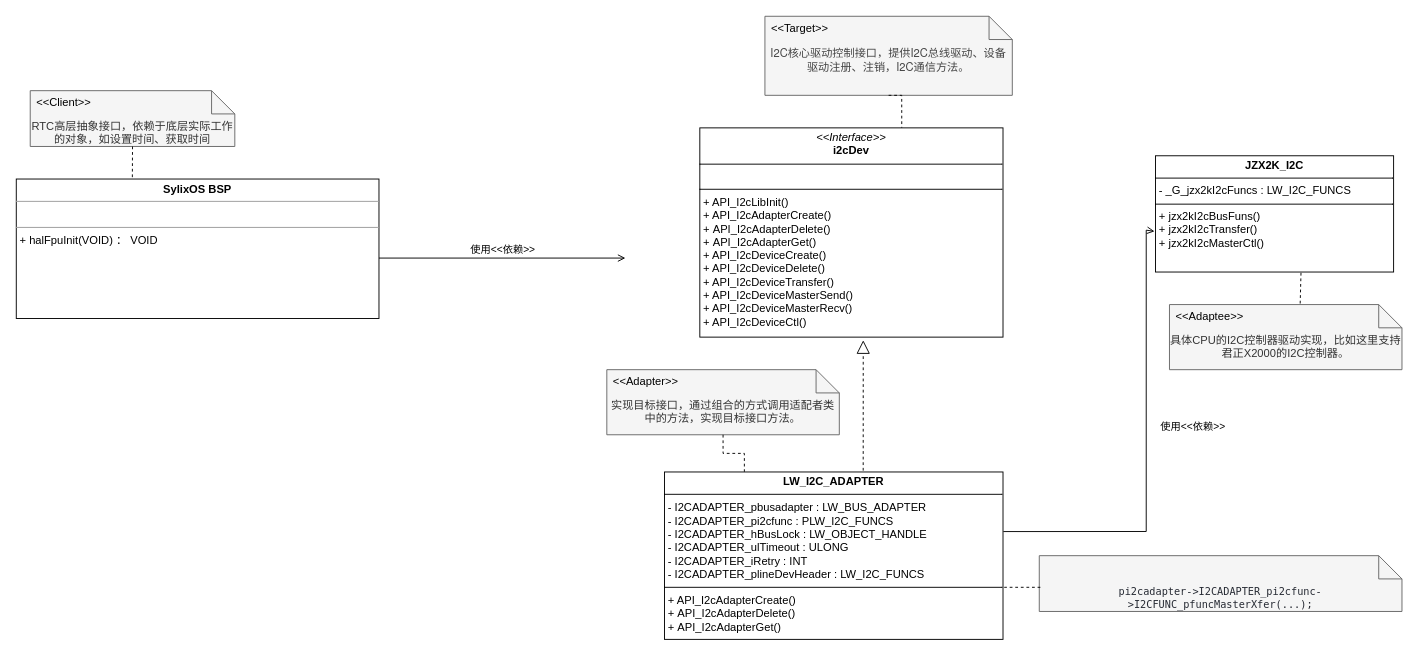
Earlier version of the draw.io diagram page "SylixOS设计模式-适配器模式" (5 of 5) of draw/SylixOS内核艺术.drawio (peng-fan/drawio). Source tidied: cells renumbered, new cells numbered last; positions are measured from the earlier drawing's top-left corner, leaving out a move shared by most shapes. Both pictures are drawn from the tidied source at 93%, with x=0, y=0 at pixel (16, 16).
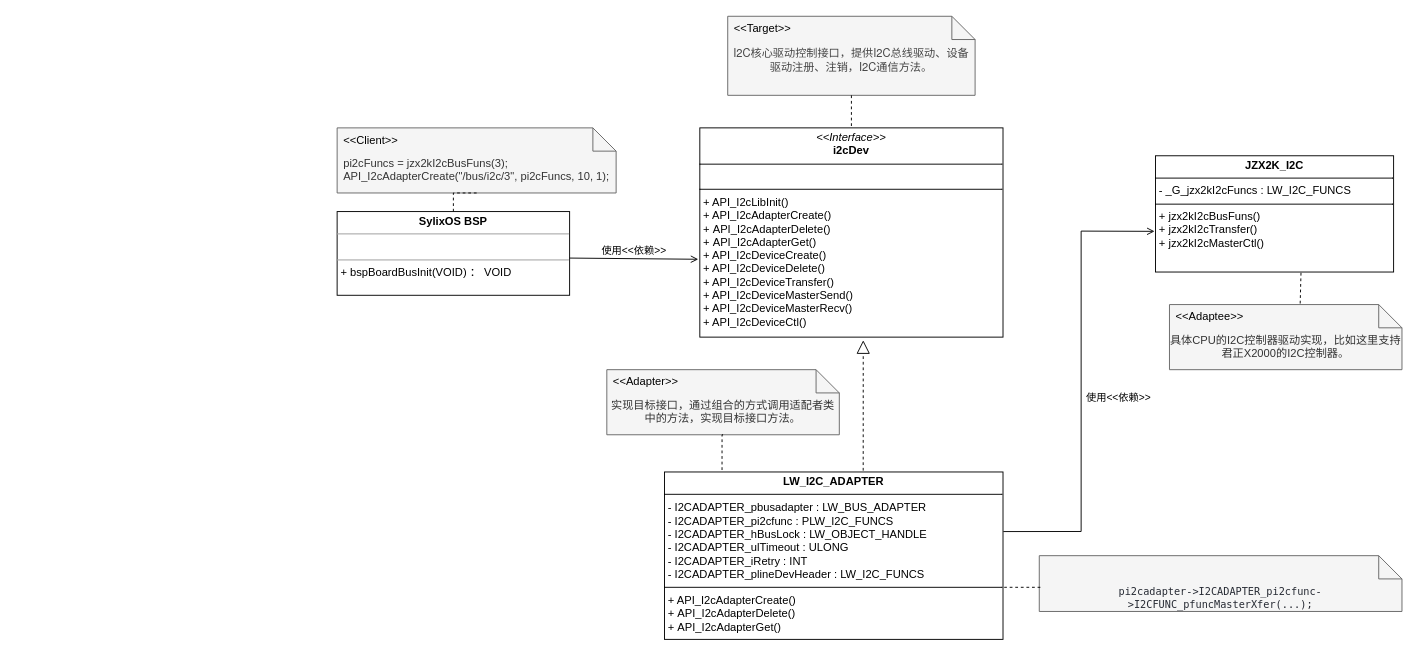
The same diagram, later.

Commit message (it also covers changes not shown here):
更新SylixOS内核艺术.drawio

Unchanged cells that the change refers to:
```xml
<mxCell id="2" value="&lt;p style=&quot;margin:0px;margin-top:4px;text-align:center;&quot;&gt;&lt;b&gt;LW_I2C_ADAPTER&lt;/b&gt;&lt;/p&gt;&lt;hr size=&quot;1&quot; style=&quot;border-style:solid;&quot;&gt;&lt;p style=&quot;margin:0px;margin-left:4px;&quot;&gt;- I2CADAPTER_pbusadapter :&amp;nbsp;LW_BUS_ADAPTER&lt;/p&gt;&lt;p style=&quot;margin:0px;margin-left:4px;&quot;&gt;- I2CADAPTER_pi2cfunc :&amp;nbsp;PLW_I2C_FUNCS&lt;/p&gt;&lt;p style=&quot;margin:0px;margin-left:4px;&quot;&gt;- I2CADAPTER_hBusLock :&amp;nbsp;LW_OBJECT_HANDLE&lt;/p&gt;&lt;p style=&quot;margin:0px;margin-left:4px;&quot;&gt;- I2CADAPTER_ulTimeout :&amp;nbsp;ULONG&lt;/p&gt;&lt;p style=&quot;margin:0px;margin-left:4px;&quot;&gt;- I2CADAPTER_iRetry :&amp;nbsp;INT&lt;/p&gt;&lt;p style=&quot;margin:0px;margin-left:4px;&quot;&gt;- I2CADAPTER_plineDevHeader :&amp;nbsp;LW_I2C_FUNCS&lt;/p&gt;&lt;hr size=&quot;1&quot; style=&quot;border-style:solid;&quot;&gt;&lt;p style=&quot;margin: 0px 0px 0px 4px;&quot;&gt;&lt;span style=&quot;text-wrap-mode: nowrap;&quot;&gt;+ API_I2cAdapterCreate()&lt;/span&gt;&lt;span style=&quot;text-wrap-mode: nowrap;&quot;&gt;&lt;/span&gt;&lt;/p&gt;&lt;p style=&quot;margin: 0px 0px 0px 4px;&quot;&gt;&lt;span style=&quot;text-wrap-mode: nowrap;&quot;&gt;+&amp;nbsp;API_I2cAdapterDelete()&lt;/span&gt;&lt;/p&gt;&lt;p style=&quot;margin: 0px 0px 0px 4px;&quot;&gt;&lt;span style=&quot;text-wrap-mode: nowrap;&quot;&gt;+&amp;nbsp;API_I2cAdapterGet()&lt;/span&gt;&lt;/p&gt;&lt;p style=&quot;margin: 0px 0px 0px 4px;&quot;&gt;&lt;br&gt;&lt;/p&gt;" style="verticalAlign=top;align=left;overflow=fill;html=1;whiteSpace=wrap;" parent="1" vertex="1">
  <mxGeometry x="697" y="490" width="364" height="180" as="geometry" />
</mxCell>
<mxCell id="5" value="&lt;p style=&quot;margin:0px;margin-top:4px;text-align:center;&quot;&gt;&lt;b&gt;JZX2K_I2C&lt;/b&gt;&lt;/p&gt;&lt;hr size=&quot;1&quot; style=&quot;border-style:solid;&quot;&gt;&lt;p style=&quot;margin:0px;margin-left:4px;&quot;&gt;- _G_jzx2kI2cFuncs : LW_I2C_FUNCS&lt;/p&gt;&lt;hr size=&quot;1&quot; style=&quot;border-style:solid;&quot;&gt;&lt;p style=&quot;margin: 0px 0px 0px 4px;&quot;&gt;&lt;span style=&quot;text-wrap-mode: nowrap;&quot;&gt;+ jzx2kI2cBusFuns()&lt;/span&gt;&lt;/p&gt;&lt;p style=&quot;margin: 0px 0px 0px 4px;&quot;&gt;&lt;span style=&quot;text-wrap-mode: nowrap;&quot;&gt;+ jzx2kI2cTransfer()&lt;/span&gt;&lt;/p&gt;&lt;p style=&quot;margin: 0px 0px 0px 4px;&quot;&gt;&lt;span style=&quot;text-wrap-mode: nowrap;&quot;&gt;+ jzx2kI2cMasterCtl()&lt;/span&gt;&lt;/p&gt;" style="verticalAlign=top;align=left;overflow=fill;html=1;whiteSpace=wrap;" parent="1" vertex="1">
  <mxGeometry x="1225" y="150" width="256" height="125" as="geometry" />
</mxCell>
<mxCell id="6" value="&lt;p style=&quot;margin:0px;margin-top:4px;text-align:center;&quot;&gt;&lt;i&gt;&amp;lt;&amp;lt;Interface&amp;gt;&amp;gt;&lt;/i&gt;&lt;br&gt;&lt;b&gt;i2cDev&lt;/b&gt;&lt;/p&gt;&lt;hr size=&quot;1&quot; style=&quot;border-style:solid;&quot;&gt;&lt;p style=&quot;margin:0px;margin-left:4px;&quot;&gt;&lt;br&gt;&lt;/p&gt;&lt;hr size=&quot;1&quot; style=&quot;border-style:solid;&quot;&gt;&lt;p style=&quot;margin: 0px 0px 0px 4px;&quot;&gt;&lt;span style=&quot;text-wrap-mode: nowrap;&quot;&gt;+ API_I2cLibInit()&lt;/span&gt;&lt;/p&gt;&lt;p style=&quot;margin: 0px 0px 0px 4px;&quot;&gt;&lt;span style=&quot;text-wrap-mode: nowrap;&quot;&gt;+ API_I2cAdapterCreate()&lt;/span&gt;&lt;span style=&quot;text-wrap-mode: nowrap;&quot;&gt;&lt;/span&gt;&lt;/p&gt;&lt;p style=&quot;margin: 0px 0px 0px 4px;&quot;&gt;&lt;span style=&quot;text-wrap-mode: nowrap;&quot;&gt;+&amp;nbsp;API_I2cAdapterDelete()&lt;/span&gt;&lt;/p&gt;&lt;p style=&quot;margin: 0px 0px 0px 4px;&quot;&gt;&lt;span style=&quot;text-wrap-mode: nowrap;&quot;&gt;+&amp;nbsp;API_I2cAdapterGet()&lt;/span&gt;&lt;/p&gt;&lt;p style=&quot;margin: 0px 0px 0px 4px;&quot;&gt;&lt;span style=&quot;text-wrap-mode: nowrap;&quot;&gt;+ API_I2cDeviceCreate()&lt;/span&gt;&lt;/p&gt;&lt;p style=&quot;margin: 0px 0px 0px 4px;&quot;&gt;&lt;span style=&quot;text-wrap-mode: nowrap;&quot;&gt;+ API_I2cDeviceDelete()&lt;/span&gt;&lt;/p&gt;&lt;p style=&quot;margin: 0px 0px 0px 4px;&quot;&gt;&lt;span style=&quot;text-wrap-mode: nowrap;&quot;&gt;+ API_I2cDeviceTransfer()&lt;/span&gt;&lt;/p&gt;&lt;p style=&quot;margin: 0px 0px 0px 4px;&quot;&gt;&lt;span style=&quot;text-wrap-mode: nowrap;&quot;&gt;+ API_I2cDeviceMasterSend()&lt;/span&gt;&lt;/p&gt;&lt;p style=&quot;margin: 0px 0px 0px 4px;&quot;&gt;&lt;span style=&quot;text-wrap-mode: nowrap;&quot;&gt;+ API_I2cDeviceMasterRecv()&lt;/span&gt;&lt;/p&gt;&lt;p style=&quot;margin: 0px 0px 0px 4px;&quot;&gt;&lt;span style=&quot;text-wrap-mode: nowrap;&quot;&gt;+ API_I2cDeviceCtl()&lt;/span&gt;&lt;/p&gt;" style="verticalAlign=top;align=left;overflow=fill;html=1;whiteSpace=wrap;" parent="1" vertex="1">
  <mxGeometry x="735" y="120" width="326" height="225" as="geometry" />
</mxCell>
<mxCell id="17" value="&lt;div&gt;&lt;div class=&quot;ace-line ace-line old-record-id-ExkXdVtDqofSKyxZcV6c9kCpnzc&quot;&gt;实现目标接口，通过组合的方式调用适配者类中的方法，实现目标接口方法。&lt;/div&gt;&lt;/div&gt;&lt;span data-lark-record-data=&quot;{&amp;quot;rootId&amp;quot;:&amp;quot;XQFvd94RPoZa4Mx5yjpcOu3MnYf&amp;quot;,&amp;quot;text&amp;quot;:{&amp;quot;initialAttributedTexts&amp;quot;:{&amp;quot;text&amp;quot;:{&amp;quot;0&amp;quot;:&amp;quot;RTC子系统：作为环境(Context)类，使用这些策略&amp;quot;},&amp;quot;attribs&amp;quot;:{&amp;quot;0&amp;quot;:&amp;quot;*0+s&amp;quot;}},&amp;quot;apool&amp;quot;:{&amp;quot;numToAttrib&amp;quot;:{&amp;quot;0&amp;quot;:[&amp;quot;author&amp;quot;,&amp;quot;7164723265586348036&amp;quot;]},&amp;quot;nextNum&amp;quot;:1}},&amp;quot;type&amp;quot;:&amp;quot;text&amp;quot;,&amp;quot;referenceRecordMap&amp;quot;:{},&amp;quot;extra&amp;quot;:{&amp;quot;channel&amp;quot;:&amp;quot;saas&amp;quot;,&amp;quot;isEqualBlockSelection&amp;quot;:true,&amp;quot;pasteRandomId&amp;quot;:&amp;quot;aa6ecff8-70e5-4af4-9037-28c291040ef5&amp;quot;,&amp;quot;mention_page_title&amp;quot;:{},&amp;quot;external_mention_url&amp;quot;:{}},&amp;quot;isKeepQuoteContainer&amp;quot;:false,&amp;quot;isFromCode&amp;quot;:false,&amp;quot;selection&amp;quot;:[{&amp;quot;id&amp;quot;:26,&amp;quot;type&amp;quot;:&amp;quot;text&amp;quot;,&amp;quot;selection&amp;quot;:{&amp;quot;start&amp;quot;:0,&amp;quot;end&amp;quot;:28},&amp;quot;recordId&amp;quot;:&amp;quot;ExkXdVtDqofSKyxZcV6c9kCpnzc&amp;quot;}],&amp;quot;payloadMap&amp;quot;:{},&amp;quot;isCut&amp;quot;:false}&quot; class=&quot;lark-record-clipboard&quot;&gt;&lt;/span&gt;" style="shape=note2;boundedLbl=1;whiteSpace=wrap;html=1;size=25;verticalAlign=top;align=center;fillColor=#f5f5f5;fontColor=#333333;strokeColor=#666666;" parent="1" vertex="1">
  <mxGeometry x="635" y="380" width="250" height="70" as="geometry" />
</mxCell>
```

The edit, as a diff of the source:
```diff
@@
-    <mxCell id="3" value="&lt;p style=&quot;margin:0px;margin-top:4px;text-align:center;&quot;&gt;&lt;span style=&quot;font-weight: 700; text-wrap-mode: wrap;&quot;&gt;SylixOS BSP&lt;/span&gt;&lt;/p&gt;&lt;hr size=&quot;1&quot;&gt;&lt;p style=&quot;margin:0px;margin-left:4px;&quot;&gt;&lt;br&gt;&lt;/p&gt;&lt;hr size=&quot;1&quot;&gt;&lt;p style=&quot;margin:0px;margin-left:4px;&quot;&gt;&lt;span style=&quot;text-wrap-mode: wrap;&quot;&gt;+ halFpuInit(VOID) ： VOID&lt;/span&gt;&lt;/p&gt;" style="verticalAlign=top;align=left;overflow=fill;fontSize=12;fontFamily=Helvetica;html=1;rounded=0;shadow=0;comic=0;labelBackgroundColor=none;strokeWidth=1;" parent="1" vertex="1">
-      <mxGeometry y="175" width="390" height="150" as="geometry" />
+    <mxCell id="3" value="&lt;p style=&quot;margin:0px;margin-top:4px;text-align:center;&quot;&gt;&lt;span style=&quot;font-weight: 700; text-wrap-mode: wrap;&quot;&gt;SylixOS BSP&lt;/span&gt;&lt;/p&gt;&lt;hr size=&quot;1&quot;&gt;&lt;p style=&quot;margin:0px;margin-left:4px;&quot;&gt;&lt;br&gt;&lt;/p&gt;&lt;hr size=&quot;1&quot;&gt;&lt;p style=&quot;margin:0px;margin-left:4px;&quot;&gt;&lt;span style=&quot;text-wrap-mode: wrap;&quot;&gt;+ bspBoardBusInit(VOID) ： VOID&lt;/span&gt;&lt;/p&gt;" style="verticalAlign=top;align=left;overflow=fill;fontSize=12;fontFamily=Helvetica;html=1;rounded=0;shadow=0;comic=0;labelBackgroundColor=none;strokeWidth=1;" parent="1" vertex="1">
+      <mxGeometry x="345" y="210" width="250" height="90" as="geometry" />
     </mxCell>
@@
-    <mxCell id="7" value="使用&amp;lt;&amp;lt;依赖&amp;gt;&amp;gt;" style="html=1;verticalAlign=bottom;labelBackgroundColor=none;endArrow=open;endFill=0;rounded=0;" parent="1" edge="1">
+    <mxCell id="7" value="使用&amp;lt;&amp;lt;依赖&amp;gt;&amp;gt;" style="html=1;verticalAlign=bottom;labelBackgroundColor=none;endArrow=open;endFill=0;rounded=0;entryX=-0.005;entryY=0.628;entryDx=0;entryDy=0;entryPerimeter=0;" parent="1" edge="1" target="6">
       <mxGeometry relative="1" as="geometry">
-        <mxPoint x="390" y="260" as="sourcePoint" />
-        <mxPoint x="655" y="260" as="targetPoint" />
+        <mxPoint x="595" y="260" as="sourcePoint" />
       </mxGeometry>
     </mxCell>
     <mxCell id="8" value="&lt;div&gt;&lt;div class=&quot;ace-line ace-line old-record-id-ExkXdVtDqofSKyxZcV6c9kCpnzc&quot;&gt;&lt;font style=&quot;font-size: 12px;&quot;&gt;&lt;span style=&quot;color: rgb(68, 68, 68); font-family: &amp;quot;PT Sans&amp;quot;, &amp;quot;Helvetica Neue&amp;quot;, Arial, &amp;quot;PingFang SC&amp;quot;, &amp;quot;microsoft yahei&amp;quot;, &amp;quot;hiragino sans gb&amp;quot;, sans-serif; text-align: justify; background-color: rgb(245, 245, 245);&quot;&gt;I2C核心驱动控制接口，提供I2C总线驱动、设备驱动注册、注销，I2C通信方法。&lt;/span&gt;&lt;/font&gt;&lt;/div&gt;&lt;/div&gt;&lt;span data-lark-record-data=&quot;{&amp;quot;rootId&amp;quot;:&amp;quot;XQFvd94RPoZa4Mx5yjpcOu3MnYf&amp;quot;,&amp;quot;text&amp;quot;:{&amp;quot;initialAttributedTexts&amp;quot;:{&amp;quot;text&amp;quot;:{&amp;quot;0&amp;quot;:&amp;quot;RTC子系统：作为环境(Context)类，使用这些策略&amp;quot;},&amp;quot;attribs&amp;quot;:{&amp;quot;0&amp;quot;:&amp;quot;*0+s&amp;quot;}},&amp;quot;apool&amp;quot;:{&amp;quot;numToAttrib&amp;quot;:{&amp;quot;0&amp;quot;:[&amp;quot;author&amp;quot;,&amp;quot;7164723265586348036&amp;quot;]},&amp;quot;nextNum&amp;quot;:1}},&amp;quot;type&amp;quot;:&amp;quot;text&amp;quot;,&amp;quot;referenceRecordMap&amp;quot;:{},&amp;quot;extra&amp;quot;:{&amp;quot;channel&amp;quot;:&amp;quot;saas&amp;quot;,&amp;quot;isEqualBlockSelection&amp;quot;:true,&amp;quot;pasteRandomId&amp;quot;:&amp;quot;aa6ecff8-70e5-4af4-9037-28c291040ef5&amp;quot;,&amp;quot;mention_page_title&amp;quot;:{},&amp;quot;external_mention_url&amp;quot;:{}},&amp;quot;isKeepQuoteContainer&amp;quot;:false,&amp;quot;isFromCode&amp;quot;:false,&amp;quot;selection&amp;quot;:[{&amp;quot;id&amp;quot;:26,&amp;quot;type&amp;quot;:&amp;quot;text&amp;quot;,&amp;quot;selection&amp;quot;:{&amp;quot;start&amp;quot;:0,&amp;quot;end&amp;quot;:28},&amp;quot;recordId&amp;quot;:&amp;quot;ExkXdVtDqofSKyxZcV6c9kCpnzc&amp;quot;}],&amp;quot;payloadMap&amp;quot;:{},&amp;quot;isCut&amp;quot;:false}&quot; class=&quot;lark-record-clipboard&quot;&gt;&lt;/span&gt;" style="shape=note2;boundedLbl=1;whiteSpace=wrap;html=1;size=25;verticalAlign=top;align=center;fillColor=#f5f5f5;fontColor=#333333;strokeColor=#666666;" parent="1" vertex="1">
-      <mxGeometry x="805" width="266" height="85" as="geometry" />
+      <mxGeometry x="765" width="266" height="85" as="geometry" />
     </mxCell>
@@
-    <mxCell id="12" value="&lt;div&gt;&lt;div class=&quot;ace-line ace-line old-record-id-ExkXdVtDqofSKyxZcV6c9kCpnzc&quot;&gt;RTC高层抽象接口，依赖于底层实际工作的对象，如设置时间、获取时间&lt;/div&gt;&lt;div class=&quot;ace-line ace-line old-record-id-ExkXdVtDqofSKyxZcV6c9kCpnzc&quot;&gt;&lt;br&gt;&lt;/div&gt;&lt;div class=&quot;ace-line ace-line old-record-id-ExkXdVtDqofSKyxZcV6c9kCpnzc&quot;&gt;&lt;br&gt;&lt;/div&gt;&lt;/div&gt;&lt;span data-lark-record-data=&quot;{&amp;quot;rootId&amp;quot;:&amp;quot;XQFvd94RPoZa4Mx5yjpcOu3MnYf&amp;quot;,&amp;quot;text&amp;quot;:{&amp;quot;initialAttributedTexts&amp;quot;:{&amp;quot;text&amp;quot;:{&amp;quot;0&amp;quot;:&amp;quot;RTC子系统：作为环境(Context)类，使用这些策略&amp;quot;},&amp;quot;attribs&amp;quot;:{&amp;quot;0&amp;quot;:&amp;quot;*0+s&amp;quot;}},&amp;quot;apool&amp;quot;:{&amp;quot;numToAttrib&amp;quot;:{&amp;quot;0&amp;quot;:[&amp;quot;author&amp;quot;,&amp;quot;7164723265586348036&amp;quot;]},&amp;quot;nextNum&amp;quot;:1}},&amp;quot;type&amp;quot;:&amp;quot;text&amp;quot;,&amp;quot;referenceRecordMap&amp;quot;:{},&amp;quot;extra&amp;quot;:{&amp;quot;channel&amp;quot;:&amp;quot;saas&amp;quot;,&amp;quot;isEqualBlockSelection&amp;quot;:true,&amp;quot;pasteRandomId&amp;quot;:&amp;quot;aa6ecff8-70e5-4af4-9037-28c291040ef5&amp;quot;,&amp;quot;mention_page_title&amp;quot;:{},&amp;quot;external_mention_url&amp;quot;:{}},&amp;quot;isKeepQuoteContainer&amp;quot;:false,&amp;quot;isFromCode&amp;quot;:false,&amp;quot;selection&amp;quot;:[{&amp;quot;id&amp;quot;:26,&amp;quot;type&amp;quot;:&amp;quot;text&amp;quot;,&amp;quot;selection&amp;quot;:{&amp;quot;start&amp;quot;:0,&amp;quot;end&amp;quot;:28},&amp;quot;recordId&amp;quot;:&amp;quot;ExkXdVtDqofSKyxZcV6c9kCpnzc&amp;quot;}],&amp;quot;payloadMap&amp;quot;:{},&amp;quot;isCut&amp;quot;:false}&quot; class=&quot;lark-record-clipboard&quot;&gt;&lt;/span&gt;" style="shape=note2;boundedLbl=1;whiteSpace=wrap;html=1;size=25;verticalAlign=top;align=center;fillColor=#f5f5f5;fontColor=#333333;strokeColor=#666666;" parent="1" vertex="1">
-      <mxGeometry x="15" y="80" width="220" height="60" as="geometry" />
+    <mxCell id="12" value="&lt;div&gt;&lt;div class=&quot;ace-line ace-line old-record-id-ExkXdVtDqofSKyxZcV6c9kCpnzc&quot; style=&quot;text-align: left;&quot;&gt;pi2cFuncs = jzx2kI2cBusFuns(3);&lt;/div&gt;&lt;div class=&quot;ace-line ace-line old-record-id-ExkXdVtDqofSKyxZcV6c9kCpnzc&quot; style=&quot;text-align: left;&quot;&gt;API_I2cAdapterCreate(&quot;/bus/i2c/3&quot;, pi2cFuncs, 10, 1);&lt;/div&gt;&lt;/div&gt;&lt;span data-lark-record-data=&quot;{&amp;quot;rootId&amp;quot;:&amp;quot;XQFvd94RPoZa4Mx5yjpcOu3MnYf&amp;quot;,&amp;quot;text&amp;quot;:{&amp;quot;initialAttributedTexts&amp;quot;:{&amp;quot;text&amp;quot;:{&amp;quot;0&amp;quot;:&amp;quot;RTC子系统：作为环境(Context)类，使用这些策略&amp;quot;},&amp;quot;attribs&amp;quot;:{&amp;quot;0&amp;quot;:&amp;quot;*0+s&amp;quot;}},&amp;quot;apool&amp;quot;:{&amp;quot;numToAttrib&amp;quot;:{&amp;quot;0&amp;quot;:[&amp;quot;author&amp;quot;,&amp;quot;7164723265586348036&amp;quot;]},&amp;quot;nextNum&amp;quot;:1}},&amp;quot;type&amp;quot;:&amp;quot;text&amp;quot;,&amp;quot;referenceRecordMap&amp;quot;:{},&amp;quot;extra&amp;quot;:{&amp;quot;channel&amp;quot;:&amp;quot;saas&amp;quot;,&amp;quot;isEqualBlockSelection&amp;quot;:true,&amp;quot;pasteRandomId&amp;quot;:&amp;quot;aa6ecff8-70e5-4af4-9037-28c291040ef5&amp;quot;,&amp;quot;mention_page_title&amp;quot;:{},&amp;quot;external_mention_url&amp;quot;:{}},&amp;quot;isKeepQuoteContainer&amp;quot;:false,&amp;quot;isFromCode&amp;quot;:false,&amp;quot;selection&amp;quot;:[{&amp;quot;id&amp;quot;:26,&amp;quot;type&amp;quot;:&amp;quot;text&amp;quot;,&amp;quot;selection&amp;quot;:{&amp;quot;start&amp;quot;:0,&amp;quot;end&amp;quot;:28},&amp;quot;recordId&amp;quot;:&amp;quot;ExkXdVtDqofSKyxZcV6c9kCpnzc&amp;quot;}],&amp;quot;payloadMap&amp;quot;:{},&amp;quot;isCut&amp;quot;:false}&quot; class=&quot;lark-record-clipboard&quot;&gt;&lt;/span&gt;" style="shape=note2;boundedLbl=1;whiteSpace=wrap;html=1;size=25;verticalAlign=top;align=center;fillColor=#f5f5f5;fontColor=#333333;strokeColor=#666666;" parent="1" vertex="1">
+      <mxGeometry x="345" y="120" width="300" height="70" as="geometry" />
     </mxCell>
     <mxCell id="13" value="&lt;&lt;Client&gt;&gt;" style="strokeColor=none;fillColor=none;align=left;spacingLeft=5;" parent="12" vertex="1">
-      <mxGeometry width="220" height="25" relative="1" as="geometry" />
+      <mxGeometry width="300" height="25" relative="1" as="geometry" />
     </mxCell>
-    <mxCell id="14" style="edgeStyle=orthogonalEdgeStyle;rounded=0;jettySize=auto;html=1;dashed=1;endArrow=none;endFill=0;exitX=0.5;exitY=1;exitDx=0;exitDy=0;exitPerimeter=0;entryX=0.32;entryY=0.002;entryDx=0;entryDy=0;entryPerimeter=0;" parent="1" edge="1" source="12" target="3">
+    <mxCell id="14" style="edgeStyle=orthogonalEdgeStyle;rounded=0;jettySize=auto;html=1;dashed=1;endArrow=none;endFill=0;exitX=0.5;exitY=1;exitDx=0;exitDy=0;exitPerimeter=0;entryX=0.5;entryY=0;entryDx=0;entryDy=0;" parent="1" edge="1" source="12" target="3">
       <mxGeometry relative="1" as="geometry" />
     </mxCell>
-    <mxCell id="15" style="edgeStyle=orthogonalEdgeStyle;rounded=0;jettySize=auto;html=1;dashed=1;endArrow=none;endFill=0;exitX=0.5;exitY=1;exitDx=0;exitDy=0;exitPerimeter=0;entryX=0.666;entryY=-0.001;entryDx=0;entryDy=0;entryPerimeter=0;" parent="1" edge="1" source="8" target="6">
+    <mxCell id="15" style="edgeStyle=orthogonalEdgeStyle;rounded=0;jettySize=auto;html=1;dashed=1;endArrow=none;endFill=0;exitX=0.5;exitY=1;exitDx=0;exitDy=0;exitPerimeter=0;entryX=0.5;entryY=0;entryDx=0;entryDy=0;" parent="1" edge="1" source="8" target="6">
       <mxGeometry relative="1" as="geometry" />
     </mxCell>
     <mxCell id="16" value="使用&amp;lt;&amp;lt;依赖&amp;gt;&amp;gt;" style="html=1;verticalAlign=bottom;labelBackgroundColor=none;endArrow=open;endFill=0;rounded=0;exitX=1.001;exitY=0.356;exitDx=0;exitDy=0;exitPerimeter=0;entryX=-0.004;entryY=0.65;entryDx=0;entryDy=0;entryPerimeter=0;" parent="1" edge="1" source="2" target="5">
-      <mxGeometry x="0.06" y="-50" relative="1" as="geometry">
+      <mxGeometry x="-0.1" y="-40" relative="1" as="geometry">
         <Array as="points">
-          <mxPoint x="1215" y="554" />
-          <mxPoint x="1215" y="230" />
+          <mxPoint x="1145" y="554" />
+          <mxPoint x="1145" y="231" />
         </Array>
       </mxGeometry>
     </mxCell>
@@
-    <mxCell id="19" style="edgeStyle=orthogonalEdgeStyle;rounded=0;jettySize=auto;html=1;dashed=1;endArrow=none;endFill=0;exitX=0.5;exitY=1;exitDx=0;exitDy=0;exitPerimeter=0;entryX=0.236;entryY=-0.001;entryDx=0;entryDy=0;entryPerimeter=0;" parent="1" edge="1" source="17" target="2">
+    <mxCell id="19" style="edgeStyle=orthogonalEdgeStyle;rounded=0;jettySize=auto;html=1;dashed=1;endArrow=none;endFill=0;exitX=0.5;exitY=1;exitDx=0;exitDy=0;exitPerimeter=0;entryX=0.17;entryY=-0.006;entryDx=0;entryDy=0;entryPerimeter=0;" parent="1" edge="1" source="17" target="2">
       <mxGeometry relative="1" as="geometry" />
     </mxCell>
```
